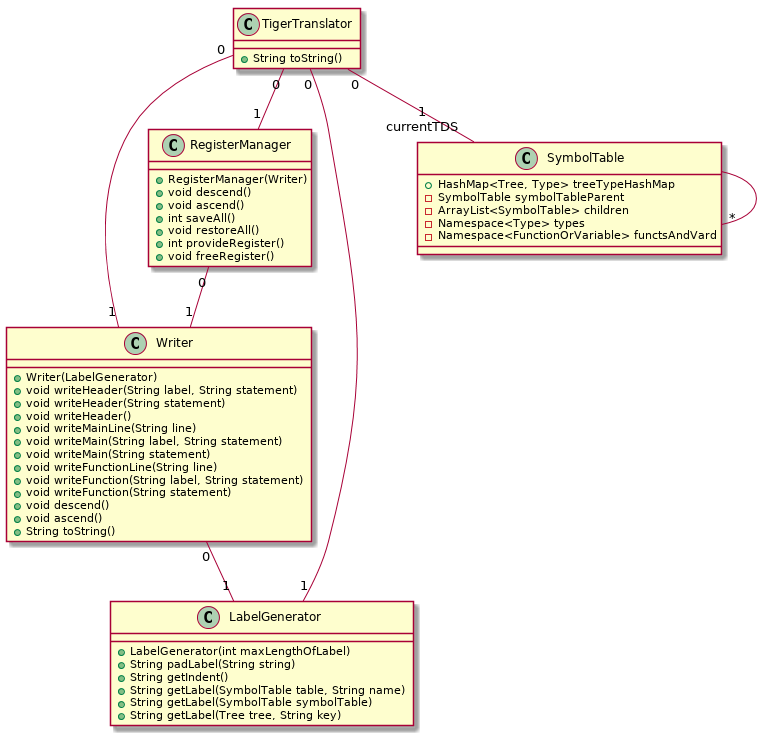
The PlantUML diagram misc/diagrams/classes-compile.png in MacTiger/mac-tiger, before a commit. Its diagram source:
```plantuml
@startuml

Class TigerTranslator{
  +String toString()
}

Class Writer{
  +Writer(LabelGenerator)
  +void writeHeader(String label, String statement)
  +void writeHeader(String statement)
  +void writeHeader()
  +void writeMainLine(String line)
  +void writeMain(String label, String statement)
  +void writeMain(String statement)
  +void writeFunctionLine(String line)
  +void writeFunction(String label, String statement)
  +void writeFunction(String statement)
  +void descend()
  +void ascend()
  +String toString()
}

Class LabelGenerator{
  +LabelGenerator(int maxLengthOfLabel)
  +String padLabel(String string)
  +String getIndent()
  +String getLabel(SymbolTable table, String name)
  +String getLabel(SymbolTable symbolTable)
  +String getLabel(Tree tree, String key)
}

Class RegisterManager{
  +RegisterManager(Writer)
  +void descend()
  +void ascend()
  +int saveAll()
  +void restoreAll()
  +int provideRegister()
  +void freeRegister()
}

TigerTranslator "0" -- "1\ncurrentTDS" SymbolTable
TigerTranslator "0" -- "1" Writer
TigerTranslator "0" -- "1" LabelGenerator
TigerTranslator "0" -- "1" RegisterManager

Writer "0" -- "1" LabelGenerator
RegisterManager "0" -- "1" Writer

Class SymbolTable{
  +HashMap<Tree, Type> treeTypeHashMap
-SymbolTable symbolTableParent
-ArrayList<SymbolTable> children
-Namespace<Type> types
-Namespace<FunctionOrVariable> functsAndVard
}
SymbolTable--"*" SymbolTable
@enduml
```
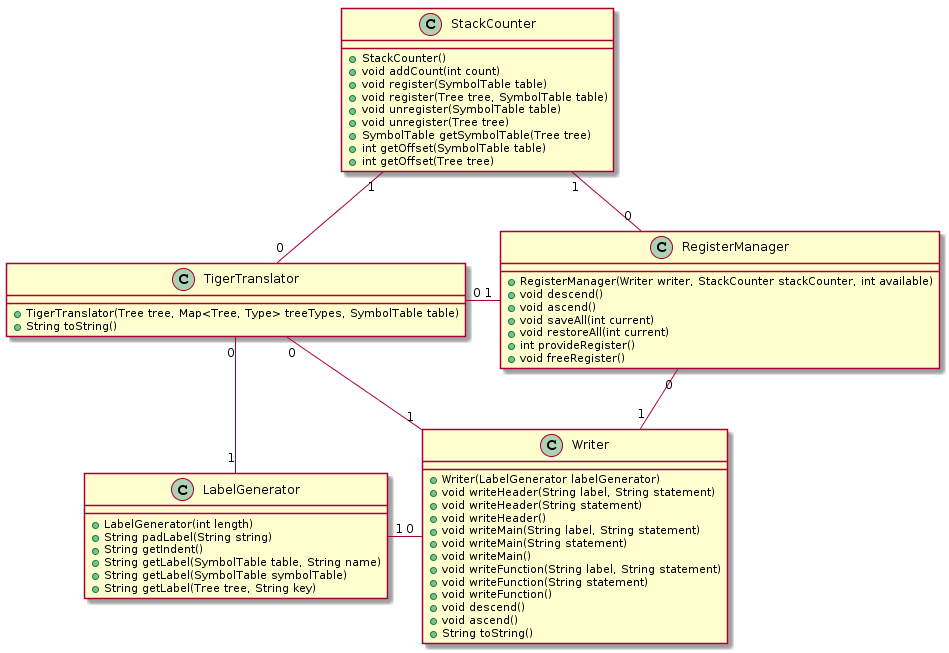
Above is the later version.

Commit message:
Modification de certains diagrammes et schémas

Change to the diagram source:
```diff
@@ -1,58 +1,56 @@
 @startuml
-
-Class TigerTranslator{
-  +String toString()
+class TigerTranslator {
+    + TigerTranslator(Tree tree, Map<Tree, Type> treeTypes, SymbolTable table)
+    + String toString()
 }
-
-Class Writer{
-  +Writer(LabelGenerator)
-  +void writeHeader(String label, String statement)
-  +void writeHeader(String statement)
-  +void writeHeader()
-  +void writeMainLine(String line)
-  +void writeMain(String label, String statement)
-  +void writeMain(String statement)
-  +void writeFunctionLine(String line)
-  +void writeFunction(String label, String statement)
-  +void writeFunction(String statement)
-  +void descend()
-  +void ascend()
-  +String toString()
+class LabelGenerator {
+    + LabelGenerator(int length)
+    + String padLabel(String string)
+    + String getIndent()
+    + String getLabel(SymbolTable table, String name)
+    + String getLabel(SymbolTable symbolTable)
+    + String getLabel(Tree tree, String key)
 }
-
-Class LabelGenerator{
-  +LabelGenerator(int maxLengthOfLabel)
-  +String padLabel(String string)
-  +String getIndent()
-  +String getLabel(SymbolTable table, String name)
-  +String getLabel(SymbolTable symbolTable)
-  +String getLabel(Tree tree, String key)
+class Writer {
+    + Writer(LabelGenerator labelGenerator)
+    + void writeHeader(String label, String statement)
+    + void writeHeader(String statement)
+    + void writeHeader()
+    + void writeMain(String label, String statement)
+    + void writeMain(String statement)
+    + void writeMain()
+    + void writeFunction(String label, String statement)
+    + void writeFunction(String statement)
+    + void writeFunction()
+    + void descend()
+    + void ascend()
+    + String toString()
 }
-
-Class RegisterManager{
-  +RegisterManager(Writer)
-  +void descend()
-  +void ascend()
-  +int saveAll()
-  +void restoreAll()
-  +int provideRegister()
-  +void freeRegister()
+class StackCounter {
+    + StackCounter()
+    + void addCount(int count)
+    + void register(SymbolTable table)
+    + void register(Tree tree, SymbolTable table)
+    + void unregister(SymbolTable table)
+    + void unregister(Tree tree)
+    + SymbolTable getSymbolTable(Tree tree)
+    + int getOffset(SymbolTable table)
+    + int getOffset(Tree tree)
 }
-
-TigerTranslator "0" -- "1\ncurrentTDS" SymbolTable
-TigerTranslator "0" -- "1" Writer
-TigerTranslator "0" -- "1" LabelGenerator
-TigerTranslator "0" -- "1" RegisterManager
-
-Writer "0" -- "1" LabelGenerator
-RegisterManager "0" -- "1" Writer
-
-Class SymbolTable{
-  +HashMap<Tree, Type> treeTypeHashMap
--SymbolTable symbolTableParent
--ArrayList<SymbolTable> children
--Namespace<Type> types
--Namespace<FunctionOrVariable> functsAndVard
+class RegisterManager {
+    + RegisterManager(Writer writer, StackCounter stackCounter, int available)
+    + void descend()
+    + void ascend()
+    + void saveAll(int current)
+    + void restoreAll(int current)
+    + int provideRegister()
+    + void freeRegister()
 }
-SymbolTable--"*" SymbolTable
+TigerTranslator "0"-down-"1" LabelGenerator
+TigerTranslator "0"-right-"1" Writer
+TigerTranslator "0"-up-"1" StackCounter
+TigerTranslator "0"-right-"1" RegisterManager
+Writer "0"-left-"1" LabelGenerator
+RegisterManager "0"-down-"1" Writer
+RegisterManager "0"-up-"1" StackCounter
 @enduml
```
